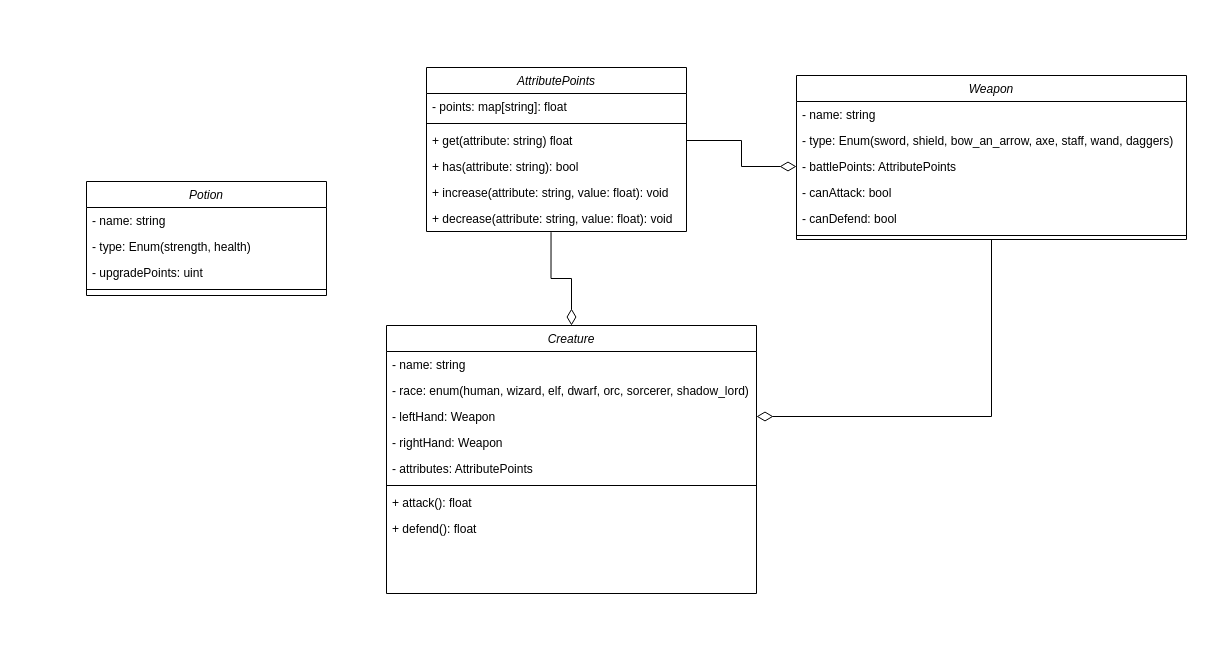
spanishGab/unind-game keeps this draw.io diagram as docs/classes-diagram.drawio. Above is the earlier version. Source tidied: cells renumbered, new cells numbered last; positions are measured from the earlier drawing's top-left corner, leaving out a move shared by most shapes. Both pictures are drawn from the tidied source at 100%, with x=0, y=0 at pixel (86, 67).
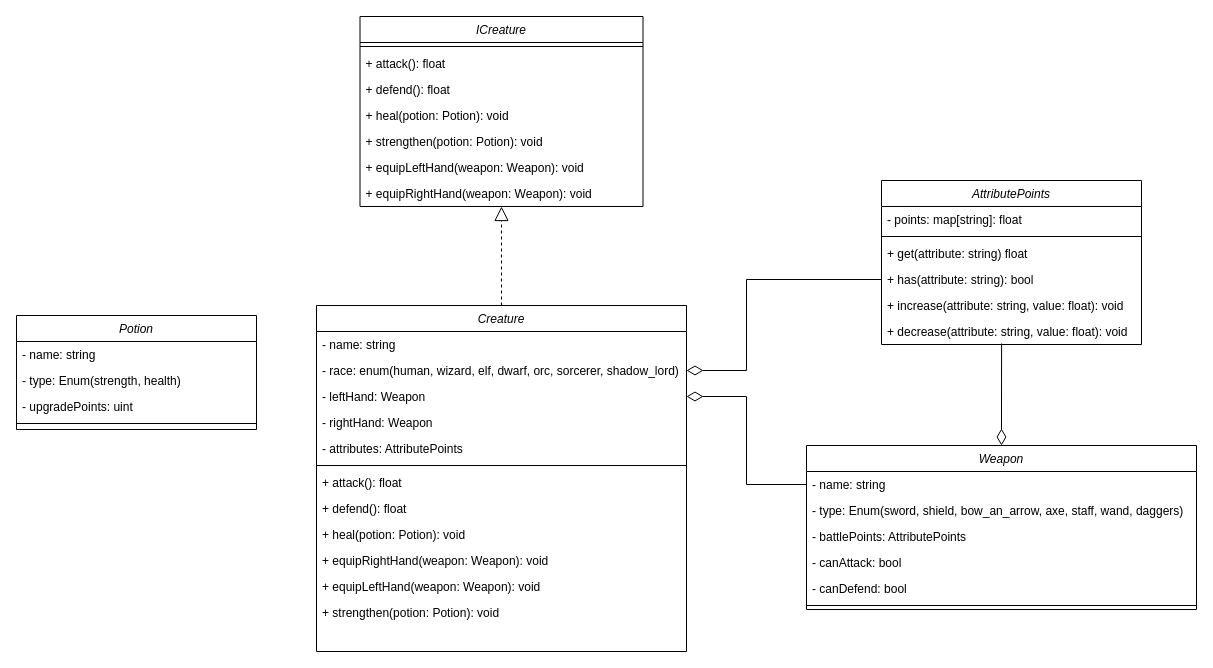
The same diagram, later.

The change refers to these unchanged cells:
```xml
<mxCell id="5" value="+ get(attribute: string) float" style="text;align=left;verticalAlign=top;spacingLeft=4;spacingRight=4;overflow=hidden;points=[[0,0.5],[1,0.5]];portConstraint=eastwest;" parent="2" vertex="1">
  <mxGeometry y="60" width="260" height="26" as="geometry" />
</mxCell>
<mxCell id="6" value="+ has(attribute: string): bool" style="text;align=left;verticalAlign=top;spacingLeft=4;spacingRight=4;overflow=hidden;points=[[0,0.5],[1,0.5]];portConstraint=eastwest;" parent="2" vertex="1">
  <mxGeometry y="86" width="260" height="26" as="geometry" />
</mxCell>
<mxCell id="8" value="+ decrease(attribute: string, value: float): void" style="text;align=left;verticalAlign=top;spacingLeft=4;spacingRight=4;overflow=hidden;points=[[0,0.5],[1,0.5]];portConstraint=eastwest;" parent="2" vertex="1">
  <mxGeometry y="138" width="260" height="26" as="geometry" />
</mxCell>
<mxCell id="10" value="- name: string" style="text;align=left;verticalAlign=top;spacingLeft=4;spacingRight=4;overflow=hidden;points=[[0,0.5],[1,0.5]];portConstraint=eastwest;" parent="9" vertex="1">
  <mxGeometry y="26" width="390" height="26" as="geometry" />
</mxCell>
<mxCell id="12" value="- battlePoints: AttributePoints" style="text;align=left;verticalAlign=top;spacingLeft=4;spacingRight=4;overflow=hidden;points=[[0,0.5],[1,0.5]];portConstraint=eastwest;" parent="9" vertex="1">
  <mxGeometry y="78" width="390" height="26" as="geometry" />
</mxCell>
<mxCell id="24" value="- race: enum(human, wizard, elf, dwarf, orc, sorcerer, shadow_lord)" style="text;align=left;verticalAlign=top;spacingLeft=4;spacingRight=4;overflow=hidden;points=[[0,0.5],[1,0.5]];portConstraint=eastwest;" parent="22" vertex="1">
  <mxGeometry y="52" width="370" height="26" as="geometry" />
</mxCell>
<mxCell id="25" value="- leftHand: Weapon" style="text;align=left;verticalAlign=top;spacingLeft=4;spacingRight=4;overflow=hidden;points=[[0,0.5],[1,0.5]];portConstraint=eastwest;" parent="22" vertex="1">
  <mxGeometry y="78" width="370" height="26" as="geometry" />
</mxCell>
```

Diff of the diagram source:
```diff
@@
     <mxCell id="2" value="AttributePoints" style="swimlane;fontStyle=2;align=center;verticalAlign=top;horizontal=1;startSize=26;rounded=0;shadow=0;strokeWidth=1;" parent="1" vertex="1">
-      <mxGeometry x="340" width="260" height="164" as="geometry" />
+      <mxGeometry x="795" y="113" width="260" height="164" as="geometry" />
     </mxCell>
@@
     <mxCell id="9" value="Weapon" style="swimlane;fontStyle=2;align=center;verticalAlign=top;horizontal=1;startSize=26;rounded=0;shadow=0;strokeWidth=1;" parent="1" vertex="1">
-      <mxGeometry x="710" y="8" width="390" height="164" as="geometry" />
+      <mxGeometry x="720" y="378" width="390" height="164" as="geometry" />
     </mxCell>
@@
-    <mxCell id="16" style="endArrow=none;html=1;endSize=12;startArrow=diamondThin;startSize=14;startFill=0;edgeStyle=orthogonalEdgeStyle;rounded=0;entryX=1;entryY=0.5;entryDx=0;entryDy=0;exitX=0;exitY=0.5;exitDx=0;exitDy=0;endFill=0;" parent="1" edge="1" source="12" target="5">
+    <mxCell id="16" style="endArrow=none;html=1;endSize=12;startArrow=diamondThin;startSize=14;startFill=0;edgeStyle=orthogonalEdgeStyle;rounded=0;entryX=0.462;entryY=0.962;entryDx=0;entryDy=0;exitX=0.5;exitY=0;exitDx=0;exitDy=0;endFill=0;entryPerimeter=0;" parent="1" edge="1" source="9" target="8">
       <mxGeometry relative="1" as="geometry" />
     </mxCell>
     <mxCell id="17" value="Potion" style="swimlane;fontStyle=2;align=center;verticalAlign=top;horizontal=1;startSize=26;rounded=0;shadow=0;strokeWidth=1;" parent="1" vertex="1">
-      <mxGeometry y="114" width="240" height="114" as="geometry" />
+      <mxGeometry x="-70" y="248" width="240" height="114" as="geometry" />
     </mxCell>
@@
     <mxCell id="22" value="Creature" style="swimlane;fontStyle=2;align=center;verticalAlign=top;horizontal=1;startSize=26;rounded=0;shadow=0;strokeWidth=1;" parent="1" vertex="1">
-      <mxGeometry x="300" y="258" width="370" height="268" as="geometry" />
+      <mxGeometry x="230" y="238" width="370" height="346" as="geometry" />
     </mxCell>
@@
+    <mxCell id="33" value="+ heal(potion: Potion): void" style="text;align=left;verticalAlign=top;spacingLeft=4;spacingRight=4;overflow=hidden;" parent="22" vertex="1">
+      <mxGeometry y="216" width="370" height="26" as="geometry" />
+    </mxCell>
+    <mxCell id="34" value="+ equipRightHand(weapon: Weapon): void" style="text;align=left;verticalAlign=top;spacingLeft=4;spacingRight=4;overflow=hidden;" parent="22" vertex="1">
+      <mxGeometry y="242" width="370" height="26" as="geometry" />
+    </mxCell>
+    <mxCell id="35" value="+ equipLeftHand(weapon: Weapon): void" style="text;align=left;verticalAlign=top;spacingLeft=4;spacingRight=4;overflow=hidden;" parent="22" vertex="1">
+      <mxGeometry y="268" width="370" height="26" as="geometry" />
+    </mxCell>
+    <mxCell id="36" value="+ strengthen(potion: Potion): void" style="text;align=left;verticalAlign=top;spacingLeft=4;spacingRight=4;overflow=hidden;" parent="22" vertex="1">
+      <mxGeometry y="294" width="370" height="26" as="geometry" />
+    </mxCell>
-    <mxCell id="31" style="endArrow=none;html=1;endSize=12;startArrow=diamondThin;startSize=14;startFill=0;edgeStyle=orthogonalEdgeStyle;rounded=0;entryX=0.479;entryY=1.026;entryDx=0;entryDy=0;exitX=0.5;exitY=0;exitDx=0;exitDy=0;endFill=0;entryPerimeter=0;" parent="1" edge="1" source="22" target="8">
-      <mxGeometry relative="1" as="geometry" />
+    <mxCell id="31" style="endArrow=none;html=1;endSize=12;startArrow=diamondThin;startSize=14;startFill=0;edgeStyle=orthogonalEdgeStyle;rounded=0;entryX=0;entryY=0.5;entryDx=0;entryDy=0;exitX=1;exitY=0.5;exitDx=0;exitDy=0;endFill=0;" parent="1" edge="1" source="24" target="6">
+      <mxGeometry relative="1" as="geometry">
+        <Array as="points">
+          <mxPoint x="660" y="303" />
+          <mxPoint x="660" y="212" />
+        </Array>
+      </mxGeometry>
     </mxCell>
-    <mxCell id="32" style="endArrow=none;html=1;endSize=12;startArrow=diamondThin;startSize=14;startFill=0;edgeStyle=orthogonalEdgeStyle;rounded=0;entryX=0.5;entryY=1;entryDx=0;entryDy=0;exitX=1;exitY=0.5;exitDx=0;exitDy=0;endFill=0;" parent="1" edge="1" source="25" target="9">
+    <mxCell id="32" style="endArrow=none;html=1;endSize=12;startArrow=diamondThin;startSize=14;startFill=0;edgeStyle=orthogonalEdgeStyle;rounded=0;entryX=0;entryY=0.5;entryDx=0;entryDy=0;exitX=1;exitY=0.5;exitDx=0;exitDy=0;endFill=0;" parent="1" edge="1" source="25" target="10">
       <mxGeometry relative="1" as="geometry" />
     </mxCell>
+    <mxCell id="37" value="ICreature" style="swimlane;fontStyle=2;align=center;verticalAlign=top;horizontal=1;startSize=26;rounded=0;shadow=0;strokeWidth=1;" parent="1" vertex="1">
+      <mxGeometry x="273.5" y="-51" width="283" height="190" as="geometry" />
+    </mxCell>
+    <mxCell id="38" style="line;html=1;strokeWidth=1;align=left;verticalAlign=middle;spacingTop=-1;spacingLeft=3;spacingRight=3;labelPosition=right;" parent="37" vertex="1">
+      <mxGeometry y="26" width="283" height="8" as="geometry" />
+    </mxCell>
+    <mxCell id="39" value="+ attack(): float" style="text;align=left;verticalAlign=top;spacingLeft=4;spacingRight=4;overflow=hidden;" parent="37" vertex="1">
+      <mxGeometry y="34" width="283" height="26" as="geometry" />
+    </mxCell>
+    <mxCell id="40" value="+ defend(): float" style="text;align=left;verticalAlign=top;spacingLeft=4;spacingRight=4;overflow=hidden;" parent="37" vertex="1">
+      <mxGeometry y="60" width="283" height="26" as="geometry" />
+    </mxCell>
+    <mxCell id="41" value="+ heal(potion: Potion): void" style="text;align=left;verticalAlign=top;spacingLeft=4;spacingRight=4;overflow=hidden;" parent="37" vertex="1">
+      <mxGeometry y="86" width="283" height="26" as="geometry" />
+    </mxCell>
+    <mxCell id="42" value="+ strengthen(potion: Potion): void" style="text;align=left;verticalAlign=top;spacingLeft=4;spacingRight=4;overflow=hidden;" parent="37" vertex="1">
+      <mxGeometry y="112" width="283" height="26" as="geometry" />
+    </mxCell>
+    <mxCell id="43" value="+ equipLeftHand(weapon: Weapon): void" style="text;align=left;verticalAlign=top;spacingLeft=4;spacingRight=4;overflow=hidden;" parent="37" vertex="1">
+      <mxGeometry y="138" width="283" height="26" as="geometry" />
+    </mxCell>
+    <mxCell id="44" value="+ equipRightHand(weapon: Weapon): void" style="text;align=left;verticalAlign=top;spacingLeft=4;spacingRight=4;overflow=hidden;" parent="37" vertex="1">
+      <mxGeometry y="164" width="283" height="26" as="geometry" />
+    </mxCell>
+    <mxCell id="45" style="endArrow=block;dashed=1;endFill=0;endSize=12;html=1;rounded=0;entryX=0.5;entryY=1;entryDx=0;entryDy=0;exitX=0.5;exitY=0;exitDx=0;exitDy=0;" parent="1" edge="1" source="22" target="37">
+      <mxGeometry relative="1" as="geometry" />
+    </mxCell>
```
